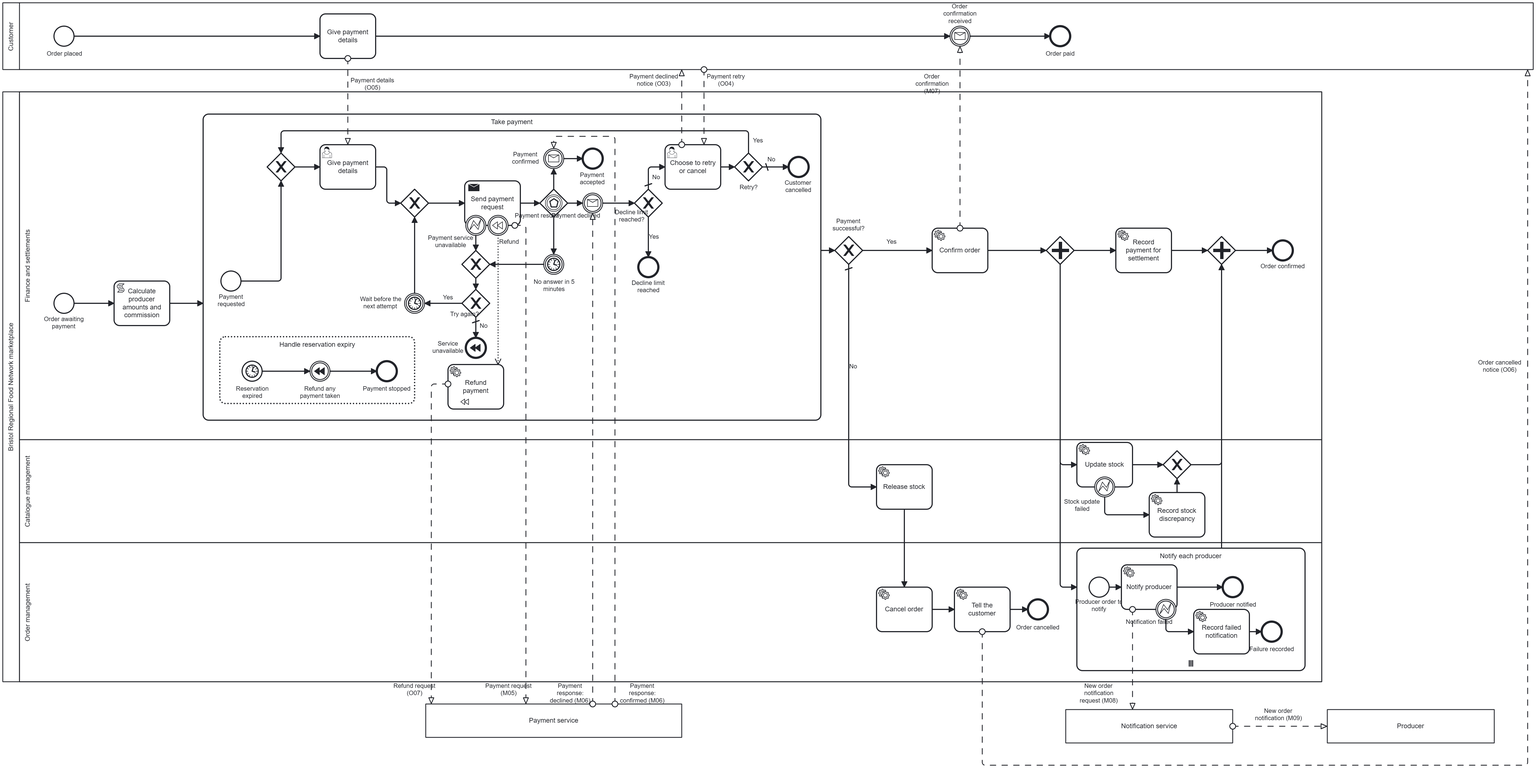
Earlier version of the BPMN export task1-bpmn/operational/process-payment.png (ssrhaso/UFCFTR-30-3-DESP). Its source is kept beside it as task1-bpmn/operational/process-payment.bpmn. Ids are renumbered.
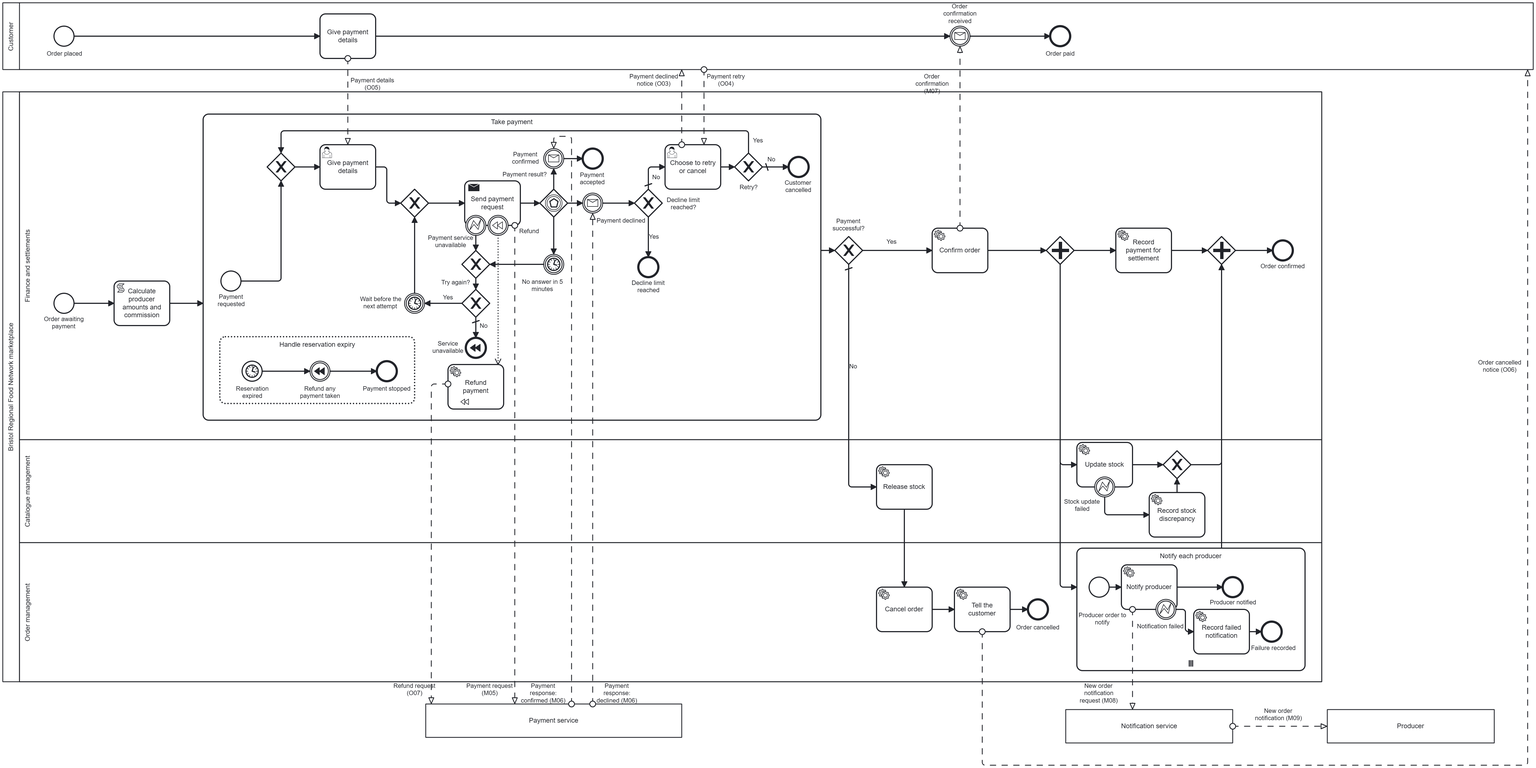
The same diagram one commit later.

Commit message:
Separate the overlapping labels of Process payment and remove the unused error definition (5.4)

Change to the diagram source:
```diff
@@ -445,7 +445,6 @@
       <bpmn:incoming>Flow_Notify_Cancelled</bpmn:incoming>
     </bpmn:endEvent>
   </bpmn:process>
-  <bpmn:error id="Error_PaymentDeclined" name="Payment declined" errorCode="PAYMENT_DECLINED" />
   <bpmn:error id="Error_ServiceUnavailable" name="Payment service unavailable" errorCode="PAYMENT_SERVICE_UNAVAILABLE" />
   <bpmn:process id="Process_CustomerPayment" name="Customer" isExecutable="false">
     <bpmn:startEvent id="StartEvent_CustomerOrderPlaced" name="Order placed">
@@ -561,7 +560,7 @@
       <bpmndi:BPMNShape id="Gateway_DeclineLimit_di" bpmnElement="Gateway_DeclineLimit" isMarkerVisible="true">
         <dc:Bounds x="1285" y="445" width="50" height="50" />
         <bpmndi:BPMNLabel>
-          <dc:Bounds x="1250" y="480" width="60" height="40" />
+          <dc:Bounds x="1340" y="458" width="66" height="27" />
         </bpmndi:BPMNLabel>
       </bpmndi:BPMNShape>
       <bpmndi:BPMNShape id="EndEvent_DeclineLimitReached_di" bpmnElement="EndEvent_DeclineLimitReached">
@@ -588,7 +587,7 @@
       <bpmndi:BPMNShape id="Gateway_TryAgain_di" bpmnElement="Gateway_TryAgain" isMarkerVisible="true">
         <dc:Bounds x="975" y="625" width="50" height="50" />
         <bpmndi:BPMNLabel>
-          <dc:Bounds x="958" y="663" width="43" height="27" />
+          <dc:Bounds x="936" y="606" width="55" height="14" />
         </bpmndi:BPMNLabel>
       </bpmndi:BPMNShape>
       <bpmndi:BPMNShape id="TimerEvent_WaitBeforeRetry_di" bpmnElement="TimerEvent_WaitBeforeRetry">
@@ -604,7 +603,7 @@
       <bpmndi:BPMNShape id="Gateway_1xvpr59_di" bpmnElement="Gateway_PaymentResult">
         <dc:Bounds x="1115" y="445" width="50" height="50" />
         <bpmndi:BPMNLabel>
-          <dc:Bounds x="1085" y="486" width="50" height="27" />
+          <dc:Bounds x="1050" y="412" width="76" height="14" />
         </bpmndi:BPMNLabel>
       </bpmndi:BPMNShape>
       <bpmndi:BPMNShape id="Gateway_1l16nop_di" bpmnElement="Gateway_JoinUnavailable" isMarkerVisible="true">
@@ -613,13 +612,13 @@
       <bpmndi:BPMNShape id="Event_18o9pfw_di" bpmnElement="Event_NoAnswer">
         <dc:Bounds x="1122" y="562" width="36" height="36" />
         <bpmndi:BPMNLabel>
-          <dc:Bounds x="1104" y="605" width="74" height="27" />
+          <dc:Bounds x="1080" y="605" width="80" height="27" />
         </bpmndi:BPMNLabel>
       </bpmndi:BPMNShape>
       <bpmndi:BPMNShape id="Event_05yexsb_di" bpmnElement="Event_PaymentDeclined">
         <dc:Bounds x="1192" y="452" width="36" height="36" />
         <bpmndi:BPMNLabel>
-          <dc:Bounds x="1158" y="486" width="44" height="27" />
+          <dc:Bounds x="1219" y="495" width="84" height="14" />
         </bpmndi:BPMNLabel>
       </bpmndi:BPMNShape>
       <bpmndi:BPMNShape id="Event_06n4cmw_di" bpmnElement="Event_PaymentConfirmed">
@@ -670,7 +669,7 @@
       <bpmndi:BPMNShape id="Event_12r9wnh_di" bpmnElement="BoundaryEvent_RefundPayment">
         <dc:Bounds x="1022" y="492" width="36" height="36" />
         <bpmndi:BPMNLabel>
-          <dc:Bounds x="1042" y="533" width="36" height="14" />
+          <dc:Bounds x="1078" y="514" width="36" height="14" />
         </bpmndi:BPMNLabel>
       </bpmndi:BPMNShape>
       <bpmndi:BPMNShape id="BoundaryEvent_ServiceUnavailable_di" bpmnElement="BoundaryEvent_ServiceUnavailable">
@@ -826,13 +825,13 @@
       <bpmndi:BPMNShape id="Event_1dr9fdg_di" bpmnElement="StartEvent_NotifyProducer">
         <dc:Bounds x="2102" y="1142" width="36" height="36" />
         <bpmndi:BPMNLabel>
-          <dc:Bounds x="2083" y="1180" width="73" height="27" />
+          <dc:Bounds x="2082" y="1204" width="88" height="27" />
         </bpmndi:BPMNLabel>
       </bpmndi:BPMNShape>
       <bpmndi:BPMNShape id="Event_09sibfu_di" bpmnElement="EndEvent_ProducerNotified">
         <dc:Bounds x="2342" y="1142" width="36" height="36" />
         <bpmndi:BPMNLabel>
-          <dc:Bounds x="2319" y="1185" width="84" height="14" />
+          <dc:Bounds x="2319" y="1181" width="84" height="14" />
         </bpmndi:BPMNLabel>
       </bpmndi:BPMNShape>
       <bpmndi:BPMNShape id="Activity_159lz60_di" bpmnElement="ServiceTask_RecordFailedNotification">
@@ -842,13 +841,13 @@
       <bpmndi:BPMNShape id="Event_10koxzt_di" bpmnElement="EndEvent_FailureRecorded">
         <dc:Bounds x="2412" y="1222" width="36" height="36" />
         <bpmndi:BPMNLabel>
-          <dc:Bounds x="2400" y="1265" width="60" height="27" />
+          <dc:Bounds x="2392" y="1263" width="82" height="14" />
         </bpmndi:BPMNLabel>
       </bpmndi:BPMNShape>
       <bpmndi:BPMNShape id="Event_01uih6k_di" bpmnElement="BoundaryEvent_NotificationFailed">
         <dc:Bounds x="2222" y="1182" width="36" height="36" />
         <bpmndi:BPMNLabel>
-          <dc:Bounds x="2179" y="1216" width="62" height="27" />
+          <dc:Bounds x="2189" y="1224" width="82" height="14" />
         </bpmndi:BPMNLabel>
       </bpmndi:BPMNShape>
       <bpmndi:BPMNEdge id="Flow_14ibidv_di" bpmnElement="Flow_NotifyStart_Notify">
@@ -860,8 +859,9 @@
         <di:waypoint x="2342" y="1160" />
       </bpmndi:BPMNEdge>
       <bpmndi:BPMNEdge id="Flow_0ckhgna_di" bpmnElement="Flow_NotifyFailed_Record">
-        <di:waypoint x="2240" y="1218" />
-        <di:waypoint x="2240" y="1240" />
+        <di:waypoint x="2258" y="1200" />
+        <di:waypoint x="2275" y="1200" />
+        <di:waypoint x="2275" y="1240" />
         <di:waypoint x="2290" y="1240" />
       </bpmndi:BPMNEdge>
       <bpmndi:BPMNEdge id="Flow_1echyyv_di" bpmnElement="Flow_RecordNotify_End">
@@ -1009,17 +1009,16 @@
       </bpmndi:BPMNShape>
       <bpmndi:BPMNEdge id="MessageFlow_PaymentRequest_di" bpmnElement="MessageFlow_PaymentRequest">
         <di:waypoint x="1070" y="510" />
-        <di:waypoint x="1090" y="510" />
-        <di:waypoint x="1090" y="1370" />
-        <bpmndi:BPMNLabel>
-          <dc:Bounds x="1030" y="1331" width="59" height="40" />
+        <di:waypoint x="1070" y="1370" />
+        <bpmndi:BPMNLabel>
+          <dc:Bounds x="995" y="1331" width="60" height="40" />
         </bpmndi:BPMNLabel>
       </bpmndi:BPMNEdge>
       <bpmndi:BPMNEdge id="MessageFlow_PaymentResponse_di" bpmnElement="MessageFlow_PaymentDeclined">
         <di:waypoint x="1210" y="1370" />
         <di:waypoint x="1210" y="488" />
         <bpmndi:BPMNLabel>
-          <dc:Bounds x="1133" y="1331" width="73" height="40" />
+          <dc:Bounds x="1214" y="1331" width="80" height="40" />
         </bpmndi:BPMNLabel>
       </bpmndi:BPMNEdge>
       <bpmndi:BPMNEdge id="MessageFlow_OrderConfirmation_di" bpmnElement="MessageFlow_OrderConfirmation">
@@ -1074,12 +1073,12 @@
         </bpmndi:BPMNLabel>
       </bpmndi:BPMNEdge>
       <bpmndi:BPMNEdge id="Flow_0erm68a_di" bpmnElement="MessageFlow_PaymentConfirmed">
-        <di:waypoint x="1250" y="1370" />
-        <di:waypoint x="1250" y="350" />
+        <di:waypoint x="1172" y="1370" />
+        <di:waypoint x="1172" y="350" />
         <di:waypoint x="1140" y="350" />
         <di:waypoint x="1140" y="372" />
         <bpmndi:BPMNLabel>
-          <dc:Bounds x="1259" y="1331" width="81" height="40" />
+          <dc:Bounds x="1081" y="1331" width="80" height="40" />
         </bpmndi:BPMNLabel>
       </bpmndi:BPMNEdge>
       <bpmndi:BPMNEdge id="Flow_0pzkxdo_di" bpmnElement="MessageFlow_RefundRequest">
```
